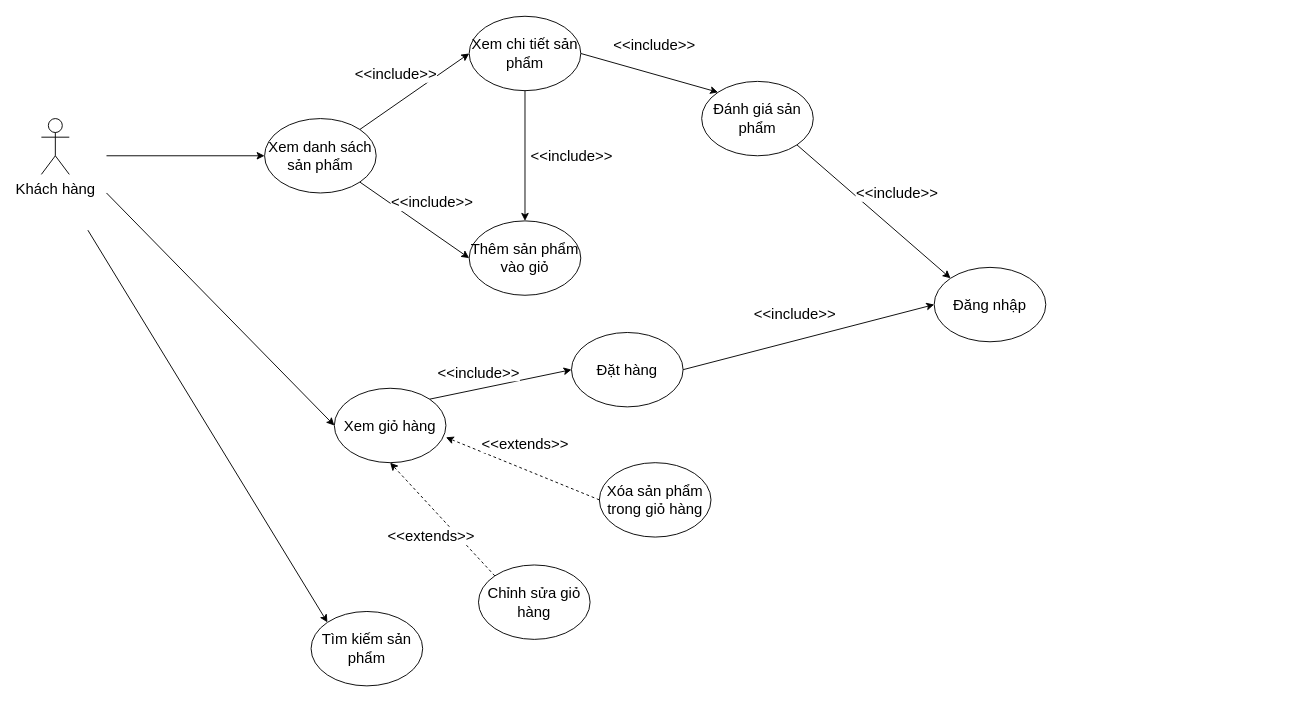
Above: page "Page-1" (1 of 2) of doc/Usecase.drawio in cuibapn2014/tatshop-android-app (draw.io), before the change. Source tidied: cells renumbered, new cells numbered last; positions are measured from the earlier drawing's top-left corner, leaving out a move shared by most shapes. Both pictures are drawn from the tidied source at 93%, with x=0, y=0 at pixel (41, 16).
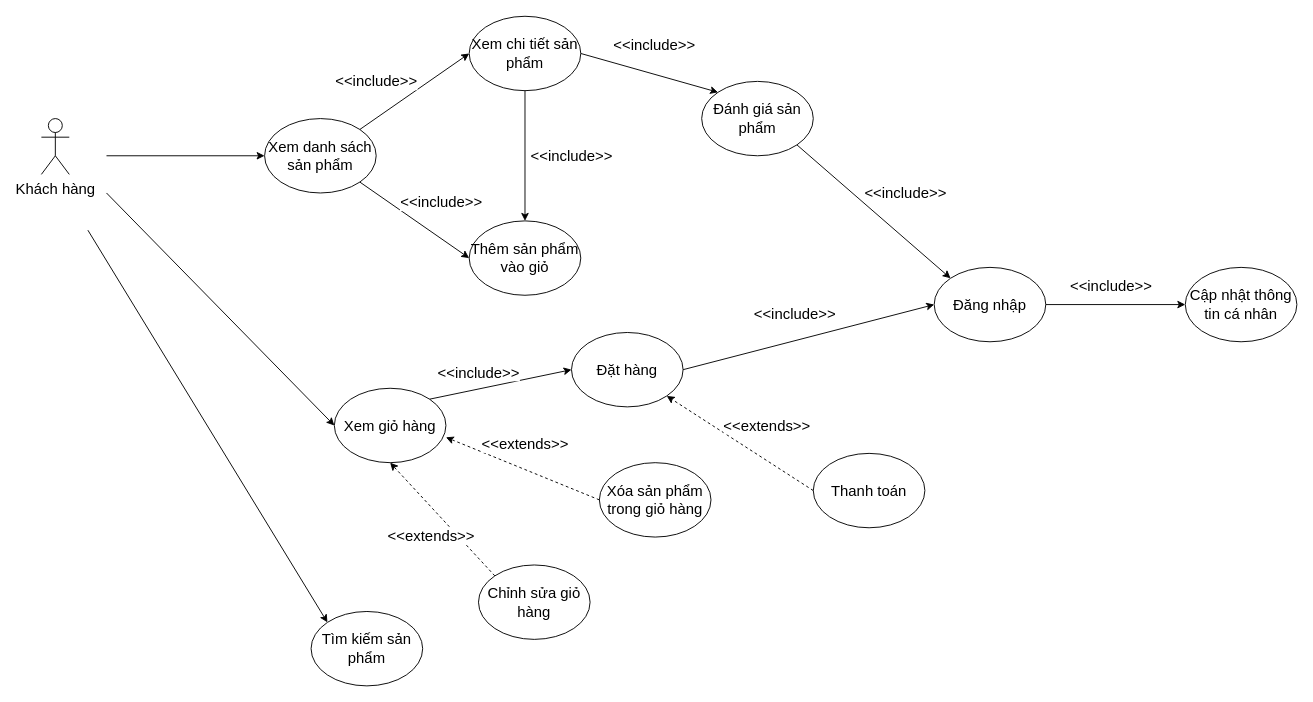
The same diagram, later.

The change refers to these unchanged cells:
```xml
<mxCell id="3" value="Xem danh sách sản phẩm" style="ellipse;whiteSpace=wrap;html=1;fontSize=16;" parent="1" vertex="1">
  <mxGeometry x="240" y="110" width="120" height="80" as="geometry" />
</mxCell>
<mxCell id="4" value="Thêm sản phẩm vào giỏ" style="ellipse;whiteSpace=wrap;html=1;fontSize=16;" parent="1" vertex="1">
  <mxGeometry x="460" y="220" width="120" height="80" as="geometry" />
</mxCell>
<mxCell id="7" value="Đánh giá sản phẩm" style="ellipse;whiteSpace=wrap;html=1;fontSize=16;" parent="1" vertex="1">
  <mxGeometry x="710" y="70" width="120" height="80" as="geometry" />
</mxCell>
<mxCell id="9" value="Đặt hàng" style="ellipse;whiteSpace=wrap;html=1;fontSize=16;" parent="1" vertex="1">
  <mxGeometry x="570" y="340" width="120" height="80" as="geometry" />
</mxCell>
<mxCell id="10" value="Xem chi tiết sản phẩm" style="ellipse;whiteSpace=wrap;html=1;fontSize=16;" parent="1" vertex="1">
  <mxGeometry x="460" width="120" height="80" as="geometry" />
</mxCell>
<mxCell id="20" value="Đăng nhập" style="ellipse;whiteSpace=wrap;html=1;fontSize=16;" parent="1" vertex="1">
  <mxGeometry x="960" y="270" width="120" height="80" as="geometry" />
</mxCell>
```

Change to the diagram source:
```diff
@@
     <mxCell id="11" value="&amp;lt;&amp;lt;include&amp;gt;&amp;gt;" style="endArrow=classic;html=1;rounded=0;fontSize=16;entryX=0;entryY=0.5;entryDx=0;entryDy=0;exitX=1;exitY=0;exitDx=0;exitDy=0;" parent="1" edge="1" source="3" target="10">
-      <mxGeometry x="-0.08" y="27" relative="1" as="geometry" />
+      <mxGeometry x="-0.39" y="32" relative="1" as="geometry" />
     </mxCell>
@@
     <mxCell id="13" value="&amp;lt;&amp;lt;include&amp;gt;&amp;gt;" style="endArrow=classic;html=1;rounded=0;fontSize=16;entryX=0;entryY=0.5;entryDx=0;entryDy=0;exitX=1;exitY=1;exitDx=0;exitDy=0;" parent="1" edge="1" source="3" target="4">
-      <mxGeometry x="0.07" y="27" relative="1" as="geometry">
-        <mxPoint x="-1" as="offset" />
-      </mxGeometry>
+      <mxGeometry x="0.18" y="32" relative="1" as="geometry" />
     </mxCell>
@@
     <mxCell id="21" value="&amp;lt;&amp;lt;include&amp;gt;&amp;gt;" style="endArrow=classic;html=1;rounded=0;fontSize=16;exitX=1;exitY=1;exitDx=0;exitDy=0;entryX=0;entryY=0;entryDx=0;entryDy=0;" parent="1" edge="1" source="7" target="20">
-      <mxGeometry x="0.05" y="31" relative="1" as="geometry" />
+      <mxGeometry x="0.12" y="38" relative="1" as="geometry" />
     </mxCell>
@@
+    <mxCell id="25" value="Thanh toán" style="ellipse;whiteSpace=wrap;html=1;fontSize=16;" parent="1" vertex="1">
+      <mxGeometry x="830" y="470" width="120" height="80" as="geometry" />
+    </mxCell>
+    <mxCell id="26" value="&amp;lt;&amp;lt;extends&amp;gt;&amp;gt;" style="endArrow=classic;html=1;rounded=0;entryX=1;entryY=1;entryDx=0;entryDy=0;exitX=0;exitY=0.5;exitDx=0;exitDy=0;fontSize=16;dashed=1;" parent="1" edge="1" source="25" target="9">
+      <mxGeometry x="-0.15" y="-32" relative="1" as="geometry" />
+    </mxCell>
+    <mxCell id="27" value="&amp;lt;&amp;lt;include&amp;gt;&amp;gt;" style="endArrow=classic;html=1;rounded=0;fontSize=16;exitX=1;exitY=0.5;exitDx=0;exitDy=0;entryX=0;entryY=0.5;entryDx=0;entryDy=0;" parent="1" edge="1" source="20" target="28">
+      <mxGeometry x="-0.07" y="20" relative="1" as="geometry" />
+    </mxCell>
+    <mxCell id="28" value="Cập nhật thông tin cá nhân" style="ellipse;whiteSpace=wrap;html=1;fontSize=16;" parent="1" vertex="1">
+      <mxGeometry x="1230" y="270" width="120" height="80" as="geometry" />
+    </mxCell>
```
